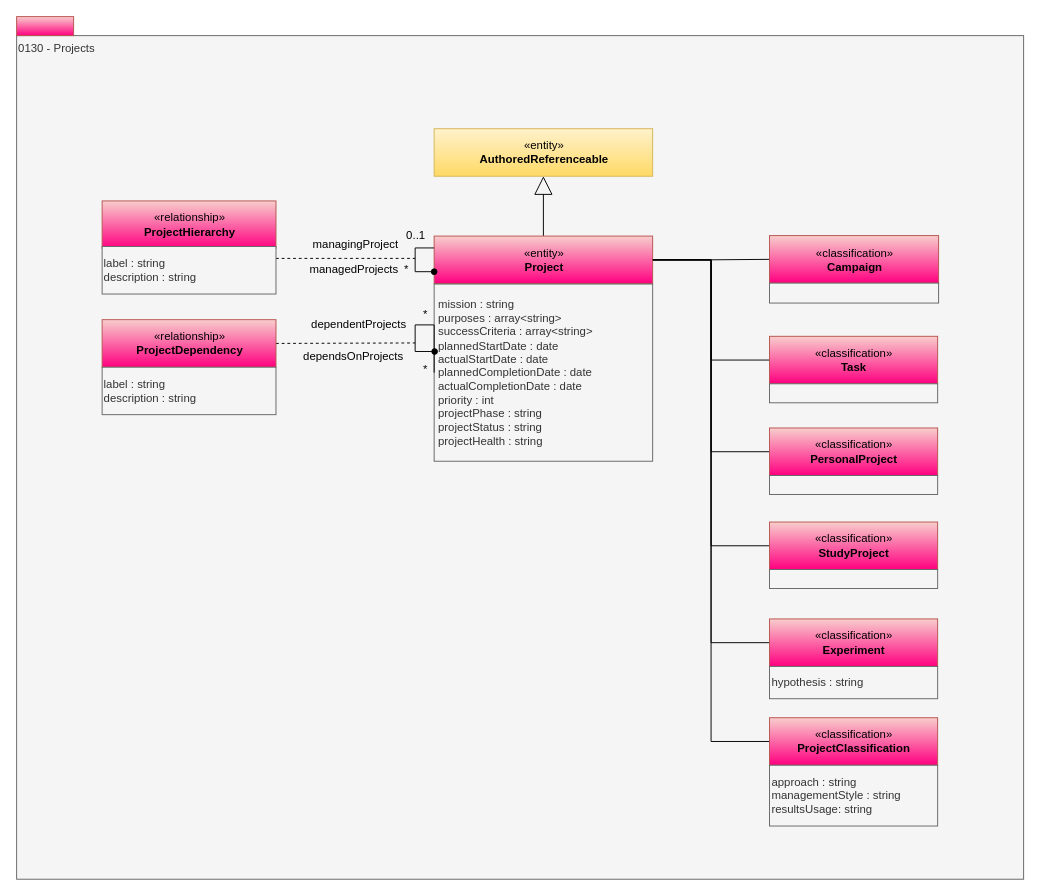
Earlier version of the draw.io diagram page "0130-Projects" (10 of 16) of site/docs/types/1/area-1-collaboration.drawio (odpi/egeria-docs). Source tidied: cells renumbered, new cells numbered last; positions are measured from the earlier drawing's top-left corner, leaving out a move shared by most shapes. Both pictures are drawn from the tidied source at 95%, with x=0, y=0 at pixel (16, 16).
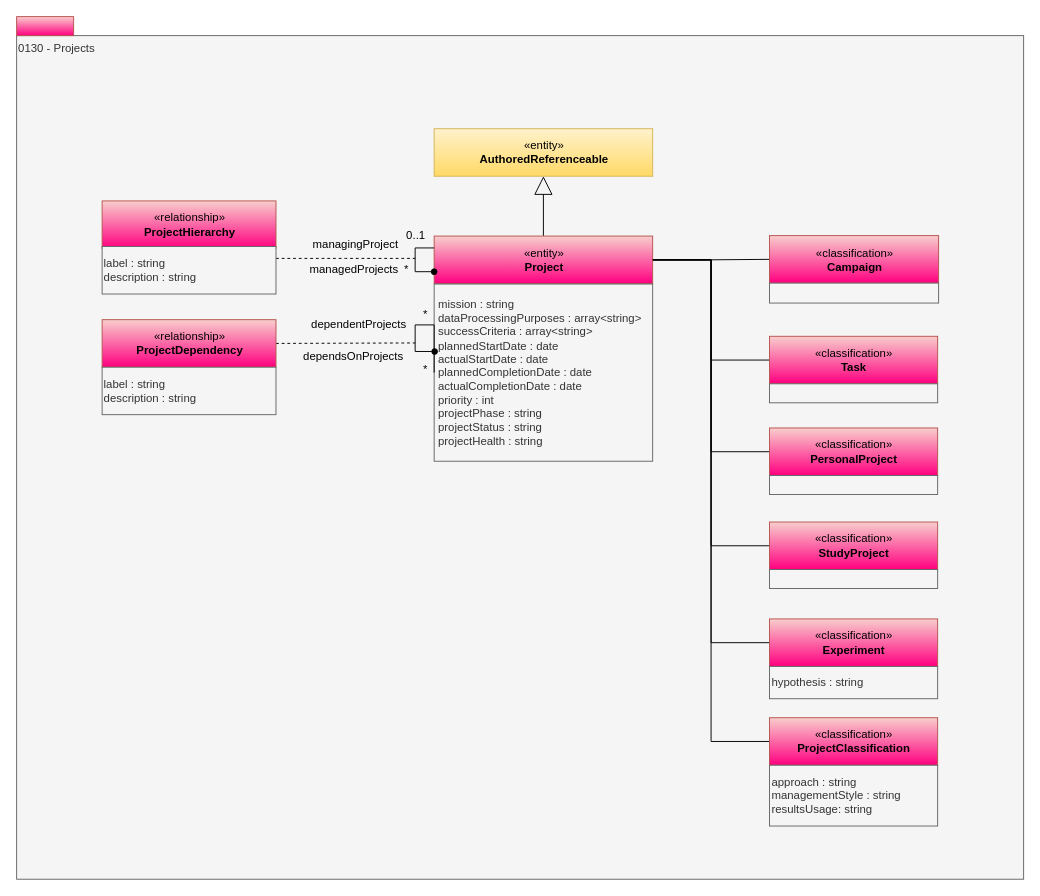
After the change.

Change to the diagram source:
```diff
@@
-    <mxCell id="10" value="&lt;div&gt;mission : string&lt;/div&gt;&lt;div&gt;purposes : array&amp;lt;string&amp;gt;&lt;/div&gt;&lt;div&gt;successCriteria : array&amp;lt;string&amp;gt;&lt;/div&gt;&lt;div&gt;&lt;span style=&quot;background-color: transparent; color: light-dark(rgb(51, 51, 51), rgb(193, 193, 193));&quot;&gt;plannedStartDate : date&lt;/span&gt;&lt;/div&gt;&lt;div&gt;actualStartDate : date&lt;/div&gt;&lt;div&gt;plannedCompletionDate : date&lt;br&gt;actualCompletionDate : date&lt;br&gt;&lt;div&gt;priority : int&lt;br&gt;&lt;div&gt;projectPhase : string&lt;br&gt;projectStatus : string&lt;div&gt;projectHealth : string&lt;/div&gt;&lt;/div&gt;&lt;/div&gt;&lt;/div&gt;" style="rounded=0;whiteSpace=wrap;html=1;align=left;spacingLeft=2;fillColor=#f5f5f5;fontColor=#333333;strokeColor=#666666;" parent="1" vertex="1">
+    <mxCell id="10" value="&lt;div&gt;mission : string&lt;/div&gt;&lt;div&gt;dataProcessingPurposes : array&amp;lt;string&amp;gt;&lt;/div&gt;&lt;div&gt;successCriteria : array&amp;lt;string&amp;gt;&lt;/div&gt;&lt;div&gt;&lt;span style=&quot;background-color: transparent; color: light-dark(rgb(51, 51, 51), rgb(193, 193, 193));&quot;&gt;plannedStartDate : date&lt;/span&gt;&lt;/div&gt;&lt;div&gt;actualStartDate : date&lt;/div&gt;&lt;div&gt;plannedCompletionDate : date&lt;br&gt;actualCompletionDate : date&lt;br&gt;&lt;div&gt;priority : int&lt;br&gt;&lt;div&gt;projectPhase : string&lt;br&gt;projectStatus : string&lt;div&gt;projectHealth : string&lt;/div&gt;&lt;/div&gt;&lt;/div&gt;&lt;/div&gt;" style="rounded=0;whiteSpace=wrap;html=1;align=left;spacingLeft=2;fillColor=#f5f5f5;fontColor=#333333;strokeColor=#666666;" parent="1" vertex="1">
       <mxGeometry x="439.5" y="281.5" width="230" height="186.5" as="geometry" />
     </mxCell>
```
